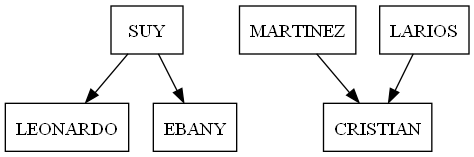
guy-devoir/EDD_2S2023_PY_201800632 keeps this Graphviz diagram as Empleados.png. Above is the earlier version. Its source is kept beside it as Empleados.dot.
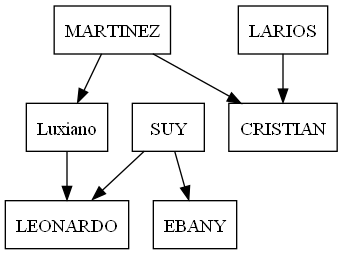
Later version of the same file.

What changed in the source:
```diff
@@ -1,7 +1,10 @@
 digraph G {
 node [shape=record];
+Luxiano;
+Luxiano->LEONARDO MARTINEZ;
 LEONARDO MARTINEZ;
 LEONARDO MARTINEZ->CRISTIAN SUY;
+LEONARDO MARTINEZ->Luxiano;
 CRISTIAN SUY;
 CRISTIAN SUY->EBANY LARIOS;
 CRISTIAN SUY->LEONARDO MARTINEZ;
```
